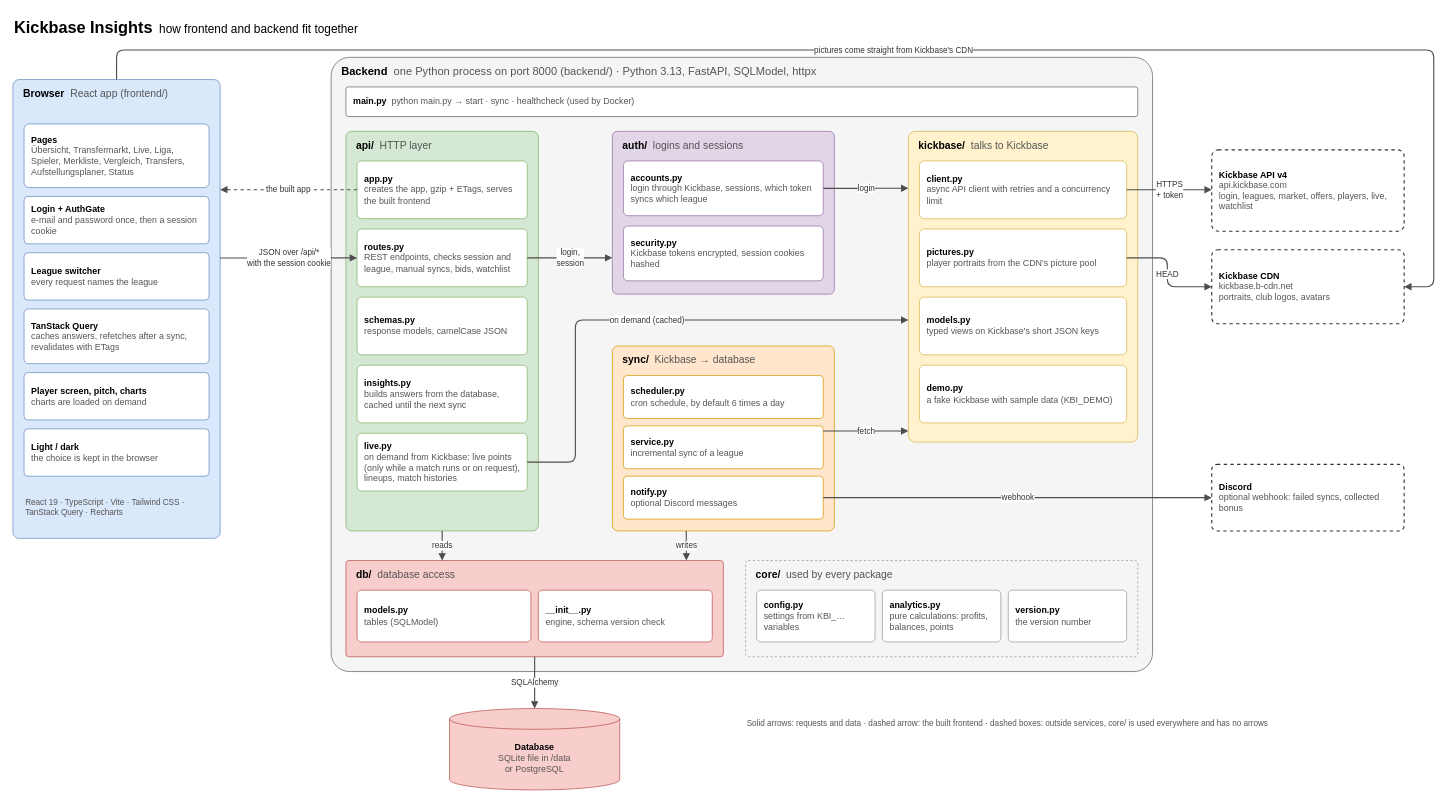
casudo/Kickbase-Insights keeps this draw.io diagram as page "Architecture" (1 of 2) of docs/architecture.drawio. Above is the earlier version. Source tidied: cells renumbered, new cells numbered last; positions are measured from the earlier drawing's top-left corner, leaving out a move shared by most shapes. Both pictures are drawn from the tidied source at 74%, with x=0, y=0 at pixel (13, 13).
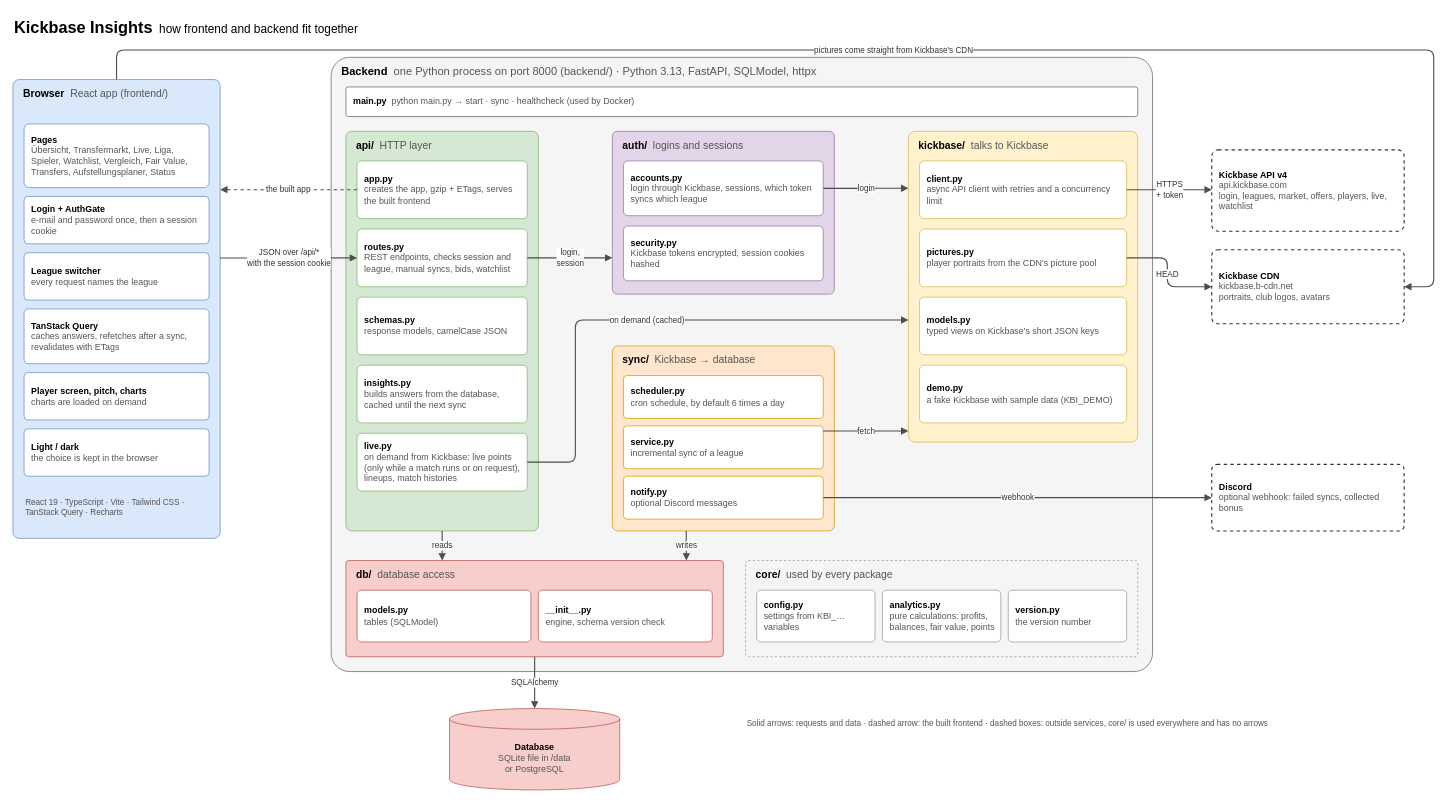
The same page after the edit.

Commit message:
docs: add fair value

The change refers to these unchanged cells:
```xml
<mxCell id="3" value="&lt;b&gt;Browser&lt;/b&gt;&amp;nbsp;&amp;nbsp;&lt;font color=&quot;#555555&quot;&gt;React app (frontend/)&lt;/font&gt;" style="rounded=1;whiteSpace=wrap;html=1;arcSize=3;verticalAlign=top;align=left;spacingLeft=12;spacingTop=4;fontSize=14;fillColor=#dae8fc;strokeColor=#6c8ebf;" parent="1" vertex="1">
  <mxGeometry y="90" width="280" height="620" as="geometry" />
</mxCell>
<mxCell id="34" value="&lt;b&gt;core/&lt;/b&gt;&amp;nbsp;&amp;nbsp;&lt;font color=&quot;#555555&quot;&gt;used by every package&lt;/font&gt;" style="rounded=1;whiteSpace=wrap;html=1;arcSize=3;verticalAlign=top;align=left;spacingLeft=12;spacingTop=4;fontSize=14;fillColor=#f5f5f5;strokeColor=#999999;dashed=1;" parent="11" vertex="1">
  <mxGeometry x="560" y="680" width="530" height="130" as="geometry" />
</mxCell>
```

Change to the diagram source:
```diff
@@
-    <mxCell id="4" value="&lt;b&gt;Pages&lt;/b&gt;&lt;br&gt;&lt;font color=&quot;#555555&quot;&gt;Übersicht, Transfermarkt, Live, Liga, Spieler, Merkliste, Vergleich, Transfers, Aufstellungsplaner, Status&lt;/font&gt;" style="rounded=1;whiteSpace=wrap;html=1;arcSize=8;align=left;verticalAlign=middle;spacingLeft=8;spacingRight=6;fontSize=12;fillColor=#ffffff;strokeColor=#6c8ebf;" parent="3" vertex="1">
+    <mxCell id="4" value="&lt;b&gt;Pages&lt;/b&gt;&lt;br&gt;&lt;font color=&quot;#555555&quot;&gt;Übersicht, Transfermarkt, Live, Liga, Spieler, Watchlist, Vergleich, Fair Value, Transfers, Aufstellungsplaner, Status&lt;/font&gt;" style="rounded=1;whiteSpace=wrap;html=1;arcSize=8;align=left;verticalAlign=middle;spacingLeft=8;spacingRight=6;fontSize=12;fillColor=#ffffff;strokeColor=#6c8ebf;" parent="3" vertex="1">
       <mxGeometry x="15" y="60" width="250" height="86" as="geometry" />
     </mxCell>
@@
-    <mxCell id="36" value="&lt;b&gt;analytics.py&lt;/b&gt;&lt;br&gt;&lt;font color=&quot;#555555&quot;&gt;pure calculations: profits, balances, points&lt;/font&gt;" style="rounded=1;whiteSpace=wrap;html=1;arcSize=8;align=left;verticalAlign=middle;spacingLeft=8;spacingRight=6;fontSize=12;fillColor=#ffffff;strokeColor=#999999;" parent="34" vertex="1">
+    <mxCell id="36" value="&lt;b&gt;analytics.py&lt;/b&gt;&lt;br&gt;&lt;font color=&quot;#555555&quot;&gt;pure calculations: profits, balances, fair value, points&lt;/font&gt;" style="rounded=1;whiteSpace=wrap;html=1;arcSize=8;align=left;verticalAlign=middle;spacingLeft=8;spacingRight=6;fontSize=12;fillColor=#ffffff;strokeColor=#999999;" parent="34" vertex="1">
       <mxGeometry x="185" y="40" width="160" height="70" as="geometry" />
     </mxCell>
```
